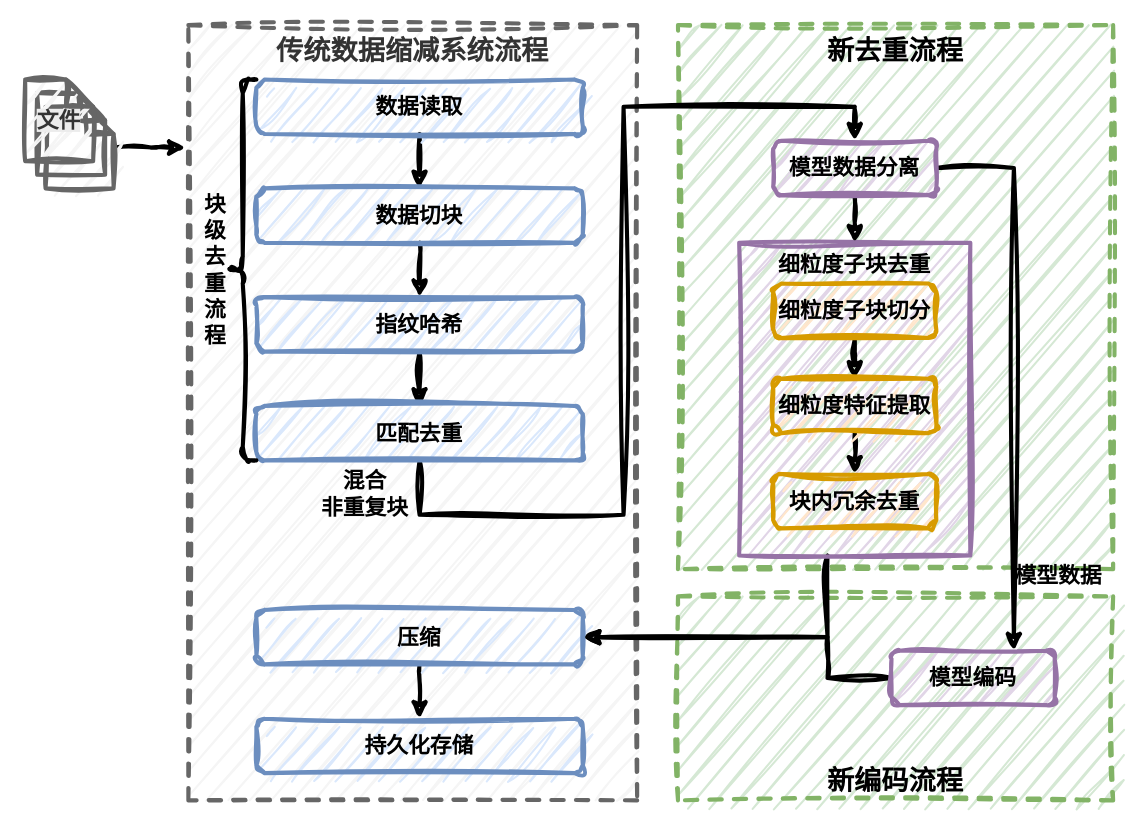
This is figures/0300overview.drawio from lucky6six/SJTU-lz, a draw.io file, before an edit. Source tidied: cells renumbered, new cells numbered last; positions are measured from the earlier drawing's top-left corner, leaving out a move shared by most shapes. Both pictures are drawn from the tidied source at 136%, with x=0, y=0 at pixel (24, 24).
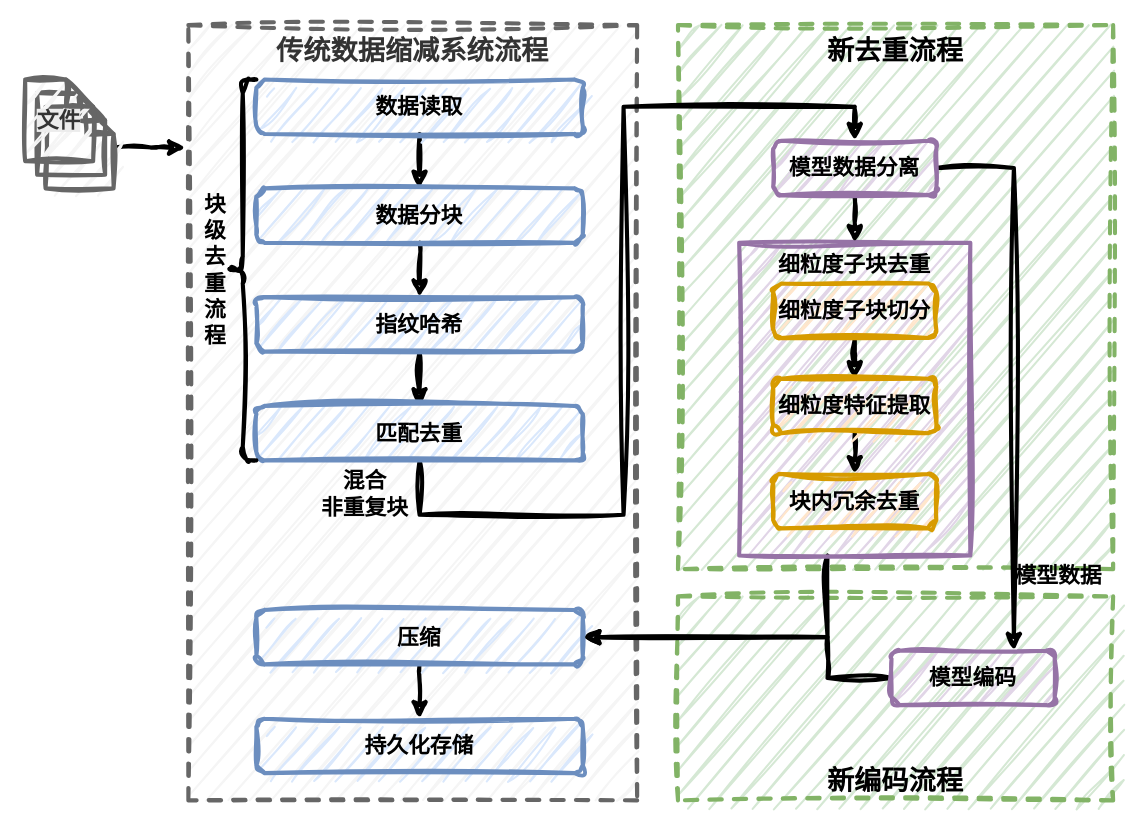
After the change.

Diff of the diagram source:
```diff
@@
-    <mxCell id="14" value="数据切块" style="rounded=1;whiteSpace=wrap;html=1;fontSize=16;fontStyle=1;fillColor=#dae8fc;strokeColor=#6c8ebf;strokeWidth=3;sketch=1;curveFitting=1;jiggle=2;" parent="1" vertex="1">
+    <mxCell id="14" value="数据分块" style="rounded=1;whiteSpace=wrap;html=1;fontSize=16;fontStyle=1;fillColor=#dae8fc;strokeColor=#6c8ebf;strokeWidth=3;sketch=1;curveFitting=1;jiggle=2;" parent="1" vertex="1">
       <mxGeometry x="170" y="120" width="240" height="40" as="geometry" />
     </mxCell>
```
